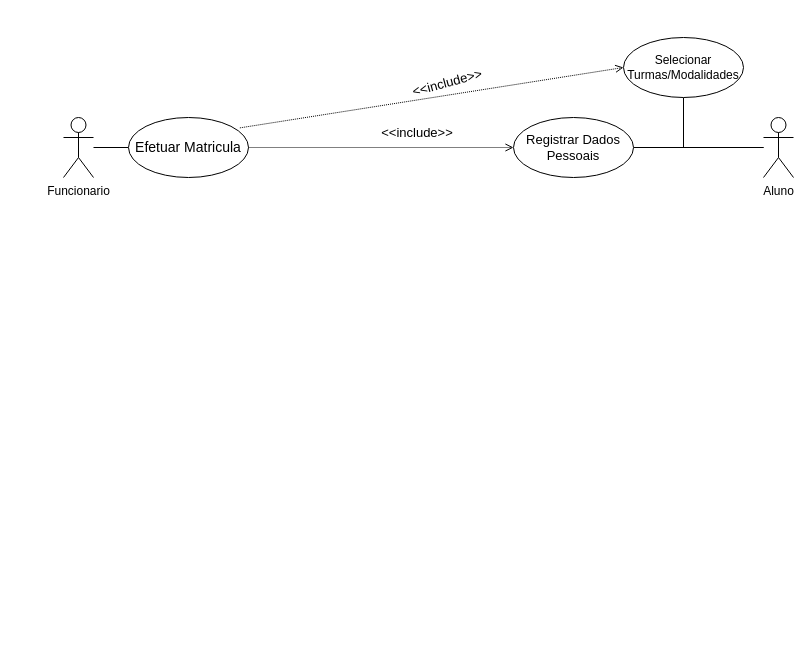
Before: SÓBOMBADOS.drawio in loui674/Diagramas-de-Caso-de-Uso, a draw.io diagram. Source tidied: cells renumbered, new cells numbered last; positions are measured from the earlier drawing's top-left corner, leaving out a move shared by most shapes. Both pictures are drawn from the tidied source at 100%, with x=0, y=0 at pixel (63, 37).
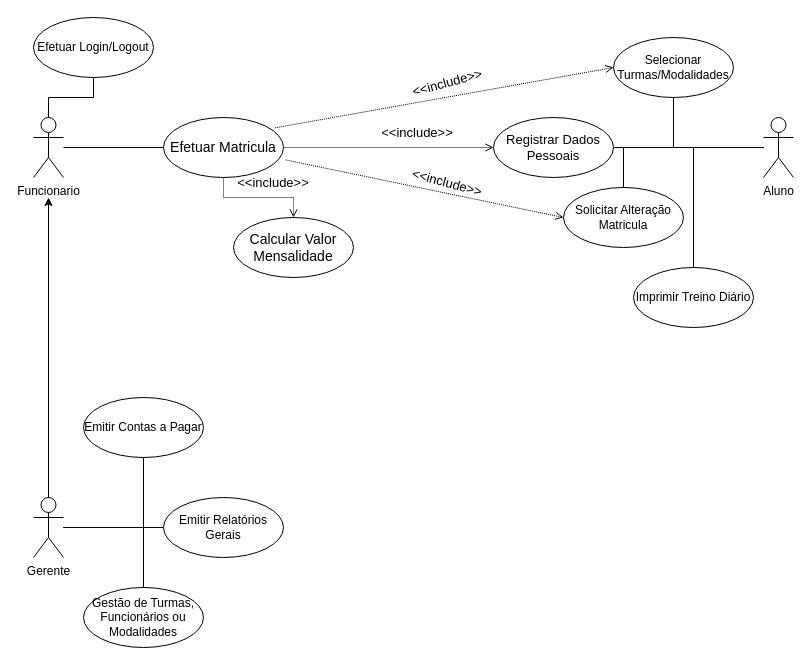
The same page after the edit.

The change refers to these unchanged cells:
```xml
<mxCell id="6" value="Aluno" style="shape=umlActor;verticalLabelPosition=bottom;verticalAlign=top;outlineConnect=0;fillColor=default;fontStyle=0;html=1;horizontal=1;" parent="1" vertex="1">
  <mxGeometry x="700" y="80" width="30" height="60" as="geometry" />
</mxCell>
```

Diff of the diagram source:
```diff
@@
+    <mxCell id="14" style="edgeStyle=orthogonalEdgeStyle;rounded=0;jettySize=auto;html=1;fontSize=12;endArrow=none;endFill=0;" parent="1" edge="1" source="3" target="22">
+      <mxGeometry relative="1" as="geometry" />
+    </mxCell>
     <mxCell id="3" value="Funcionario&lt;br&gt;" style="shape=umlActor;verticalLabelPosition=bottom;verticalAlign=top;outlineConnect=0;fillColor=default;fontStyle=0;html=1;horizontal=1;" parent="1" vertex="1">
-      <mxGeometry y="80" width="30" height="60" as="geometry" />
+      <mxGeometry x="-30" y="80" width="30" height="60" as="geometry" />
     </mxCell>
@@
+    <mxCell id="15" style="edgeStyle=orthogonalEdgeStyle;rounded=0;jettySize=auto;html=1;fontSize=12;endArrow=none;endFill=0;" parent="1" edge="1" source="6" target="20">
+      <mxGeometry relative="1" as="geometry" />
+    </mxCell>
+    <mxCell id="16" style="edgeStyle=orthogonalEdgeStyle;rounded=0;jettySize=auto;html=1;fontSize=12;endArrow=none;endFill=0;" parent="1" edge="1" source="6" target="21">
+      <mxGeometry relative="1" as="geometry" />
+    </mxCell>
@@
+    <mxCell id="17" style="edgeStyle=orthogonalEdgeStyle;rounded=0;jettySize=auto;html=1;fontSize=12;endArrow=open;endFill=0;dashed=1;dashPattern=1 1;" parent="1" edge="1" source="7" target="18">
+      <mxGeometry relative="1" as="geometry" />
+    </mxCell>
     <mxCell id="7" value="Efetuar Matricula" style="ellipse;whiteSpace=wrap;html=1;verticalAlign=middle;fontStyle=0;fontSize=14;" parent="1" vertex="1">
-      <mxGeometry x="65" y="80" width="120" height="60" as="geometry" />
+      <mxGeometry x="100" y="80" width="120" height="60" as="geometry" />
     </mxCell>
     <mxCell id="8" value="Registrar Dados Pessoais" style="ellipse;whiteSpace=wrap;html=1;verticalAlign=middle;fontStyle=0;fontSize=13;" parent="1" vertex="1">
-      <mxGeometry x="450" y="80" width="120" height="60" as="geometry" />
+      <mxGeometry x="430" y="80" width="120" height="60" as="geometry" />
     </mxCell>
@@
     <mxCell id="11" value="Selecionar Turmas/Modalidades" style="ellipse;whiteSpace=wrap;html=1;verticalAlign=middle;fontStyle=0;fontSize=12;" parent="1" vertex="1">
-      <mxGeometry x="560" width="120" height="60" as="geometry" />
+      <mxGeometry x="550" width="120" height="60" as="geometry" />
     </mxCell>
@@
+    <mxCell id="18" value="Calcular Valor Mensalidade" style="ellipse;whiteSpace=wrap;html=1;fontSize=14;fontStyle=0;" parent="1" vertex="1">
+      <mxGeometry x="170" y="180" width="120" height="60" as="geometry" />
+    </mxCell>
+    <mxCell id="19" value="&amp;lt;&amp;lt;include&amp;gt;&amp;gt;" style="text;html=1;strokeColor=none;fillColor=none;align=center;verticalAlign=middle;whiteSpace=wrap;rounded=0;fontSize=13;" parent="1" vertex="1">
+      <mxGeometry x="180" y="130" width="60" height="30" as="geometry" />
+    </mxCell>
+    <mxCell id="20" value="Solicitar Alteração Matricula" style="ellipse;whiteSpace=wrap;html=1;verticalAlign=middle;fontStyle=0;" parent="1" vertex="1">
+      <mxGeometry x="500" y="150" width="120" height="60" as="geometry" />
+    </mxCell>
+    <mxCell id="21" value="Imprimir Treino Diário" style="ellipse;whiteSpace=wrap;html=1;verticalAlign=middle;fontStyle=0;" parent="1" vertex="1">
+      <mxGeometry x="570" y="230" width="120" height="60" as="geometry" />
+    </mxCell>
+    <mxCell id="22" value="Efetuar Login/Logout" style="ellipse;whiteSpace=wrap;html=1;verticalAlign=middle;fontStyle=0;" parent="1" vertex="1">
+      <mxGeometry x="-30" y="-20" width="120" height="60" as="geometry" />
+    </mxCell>
+    <mxCell id="23" style="edgeStyle=orthogonalEdgeStyle;rounded=0;jettySize=auto;html=1;fontSize=12;endArrow=none;endFill=0;" parent="1" edge="1" source="26" target="28">
+      <mxGeometry relative="1" as="geometry" />
+    </mxCell>
+    <mxCell id="24" style="edgeStyle=orthogonalEdgeStyle;rounded=0;jettySize=auto;html=1;fontSize=12;endArrow=none;endFill=0;" parent="1" edge="1" source="26" target="31">
+      <mxGeometry relative="1" as="geometry" />
+    </mxCell>
+    <mxCell id="25" style="edgeStyle=orthogonalEdgeStyle;rounded=0;jettySize=auto;html=1;fontSize=12;endArrow=none;endFill=0;" parent="1" edge="1" source="26" target="32">
+      <mxGeometry relative="1" as="geometry" />
+    </mxCell>
+    <mxCell id="26" value="Gerente" style="shape=umlActor;verticalLabelPosition=bottom;verticalAlign=top;outlineConnect=0;fillColor=default;fontStyle=0;html=1;horizontal=1;" parent="1" vertex="1">
+      <mxGeometry x="-30" y="460" width="30" height="60" as="geometry" />
+    </mxCell>
+    <mxCell id="27" style="endArrow=classic;html=1;rounded=0;fontSize=12;exitX=0.5;exitY=0;exitDx=0;exitDy=0;exitPerimeter=0;" parent="1" edge="1" source="26">
+      <mxGeometry relative="1" as="geometry">
+        <mxPoint x="-15" y="160" as="targetPoint" />
+      </mxGeometry>
+    </mxCell>
+    <mxCell id="28" value="Emitir Relatórios Gerais" style="ellipse;whiteSpace=wrap;html=1;verticalAlign=middle;fontStyle=0;" parent="1" vertex="1">
+      <mxGeometry x="100" y="460" width="120" height="60" as="geometry" />
+    </mxCell>
+    <mxCell id="29" style="endArrow=open;html=1;rounded=0;fontSize=13;entryX=0;entryY=0.5;entryDx=0;entryDy=0;exitX=1.017;exitY=0.707;exitDx=0;exitDy=0;dashed=1;dashPattern=1 1;endFill=0;exitPerimeter=0;" parent="1" edge="1" source="7" target="20">
+      <mxGeometry relative="1" as="geometry" />
+    </mxCell>
+    <mxCell id="30" value="&amp;lt;&amp;lt;include&amp;gt;&amp;gt;" style="text;html=1;strokeColor=none;fillColor=none;align=center;verticalAlign=middle;whiteSpace=wrap;rounded=0;fontSize=13;rotation=15;" parent="1" vertex="1">
+      <mxGeometry x="354" y="130" width="60" height="30" as="geometry" />
+    </mxCell>
+    <mxCell id="31" value="Gestão de Turmas, Funcionários ou Modalidades" style="ellipse;whiteSpace=wrap;html=1;verticalAlign=middle;fontStyle=0;" parent="1" vertex="1">
+      <mxGeometry x="20" y="550" width="120" height="60" as="geometry" />
+    </mxCell>
+    <mxCell id="32" value="Emitir Contas a Pagar" style="ellipse;whiteSpace=wrap;html=1;verticalAlign=middle;fontStyle=0;" parent="1" vertex="1">
+      <mxGeometry x="20" y="360" width="120" height="60" as="geometry" />
+    </mxCell>
```
